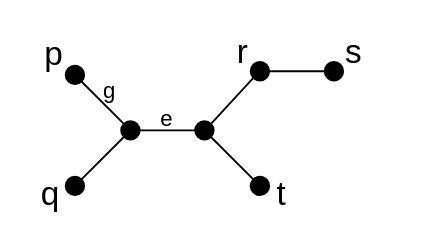
Before: drawings/example-X-split.drawio in NilsSturma/TestGGM, a draw.io diagram. Source tidied: cells renumbered, new cells numbered last; positions are measured from the earlier drawing's top-left corner, leaving out a move shared by most shapes. Both pictures are drawn from the tidied source at 185%, with x=0, y=0 at pixel (31, 33).
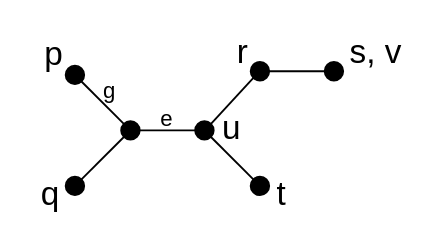
After the change.

Diff of the diagram source:
```diff
@@
-    <mxCell id="18" value="s" style="text;html=1;strokeColor=none;fillColor=none;align=center;verticalAlign=middle;whiteSpace=wrap;rounded=0;fontSize=18;" parent="1" vertex="1">
-      <mxGeometry x="164" width="20" height="20" as="geometry" />
+    <mxCell id="18" value="s, v" style="text;html=1;strokeColor=none;fillColor=none;align=center;verticalAlign=middle;whiteSpace=wrap;rounded=0;fontSize=18;" parent="1" vertex="1">
+      <mxGeometry x="164" width="44" height="20" as="geometry" />
     </mxCell>
@@
+    <mxCell id="22" value="u" style="text;html=1;strokeColor=none;fillColor=none;align=center;verticalAlign=middle;whiteSpace=wrap;rounded=0;fontSize=18;" parent="1" vertex="1">
+      <mxGeometry x="98" y="41" width="20" height="20" as="geometry" />
+    </mxCell>
```
